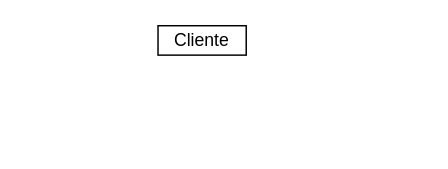
Earlier version of the draw.io diagram ventadeboletas.drawio (jhosebro/Bases-de-datos). Source tidied: cells renumbered, new cells numbered last; positions are measured from the earlier drawing's top-left corner, leaving out a move shared by most shapes. Both pictures are drawn from the tidied source at 147%, with x=0, y=0 at pixel (157, 25).
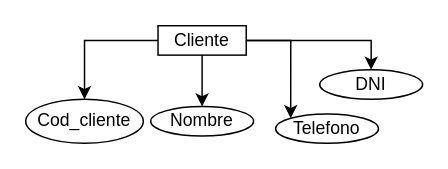
The same diagram, later.

Diff of the diagram source:
```diff
@@
 <mxGraphModel>
   <root>
     <mxCell id="0" />
     <mxCell id="1" parent="0" />
+    <mxCell id="3" style="edgeStyle=orthogonalEdgeStyle;rounded=0;jettySize=auto;html=1;" parent="1" edge="1" source="2" target="7">
+      <mxGeometry relative="1" as="geometry" />
+    </mxCell>
+    <mxCell id="4" style="edgeStyle=orthogonalEdgeStyle;rounded=0;jettySize=auto;html=1;entryX=0.5;entryY=0;entryDx=0;entryDy=0;" parent="1" edge="1" source="2" target="8">
+      <mxGeometry relative="1" as="geometry" />
+    </mxCell>
+    <mxCell id="5" style="edgeStyle=orthogonalEdgeStyle;rounded=0;jettySize=auto;html=1;entryX=0.5;entryY=0;entryDx=0;entryDy=0;" parent="1" edge="1" source="2" target="10">
+      <mxGeometry relative="1" as="geometry" />
+    </mxCell>
+    <mxCell id="6" style="edgeStyle=orthogonalEdgeStyle;rounded=0;jettySize=auto;html=1;entryX=0;entryY=0;entryDx=0;entryDy=0;" parent="1" edge="1" source="2" target="9">
+      <mxGeometry relative="1" as="geometry" />
+    </mxCell>
     <mxCell id="2" value="Cliente" style="rounded=0;whiteSpace=wrap;html=1;" parent="1" vertex="1">
       <mxGeometry width="60" height="20" as="geometry" />
     </mxCell>
+    <mxCell id="7" value="Cod_cliente" style="ellipse;whiteSpace=wrap;html=1;" parent="1" vertex="1">
+      <mxGeometry x="-90" y="50" width="80" height="30" as="geometry" />
+    </mxCell>
+    <mxCell id="8" value="Nombre" style="ellipse;whiteSpace=wrap;html=1;" parent="1" vertex="1">
+      <mxGeometry x="-5" y="55" width="70" height="20" as="geometry" />
+    </mxCell>
+    <mxCell id="9" value="Telefono" style="ellipse;whiteSpace=wrap;html=1;" parent="1" vertex="1">
+      <mxGeometry x="80" y="60" width="70" height="20" as="geometry" />
+    </mxCell>
+    <mxCell id="10" value="DNI" style="ellipse;whiteSpace=wrap;html=1;" parent="1" vertex="1">
+      <mxGeometry x="110" y="30" width="70" height="20" as="geometry" />
+    </mxCell>
   </root>
 </mxGraphModel>
```
